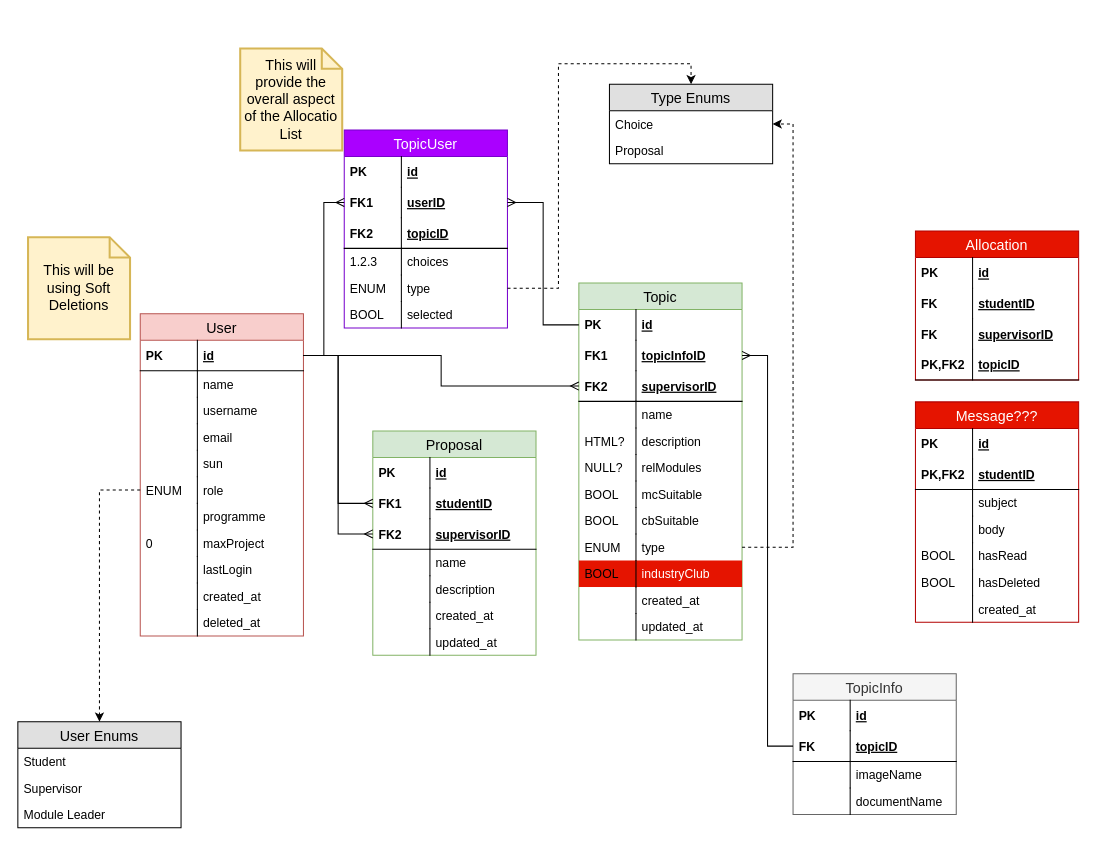
Above: DB Diagram.drawio in kkgm13/fypallocsys (draw.io), before the change. Source tidied: cells renumbered, new cells numbered last; positions are measured from the earlier drawing's top-left corner, leaving out a move shared by most shapes. Both pictures are drawn from the tidied source at 102%, with x=0, y=0 at pixel (17, 48).
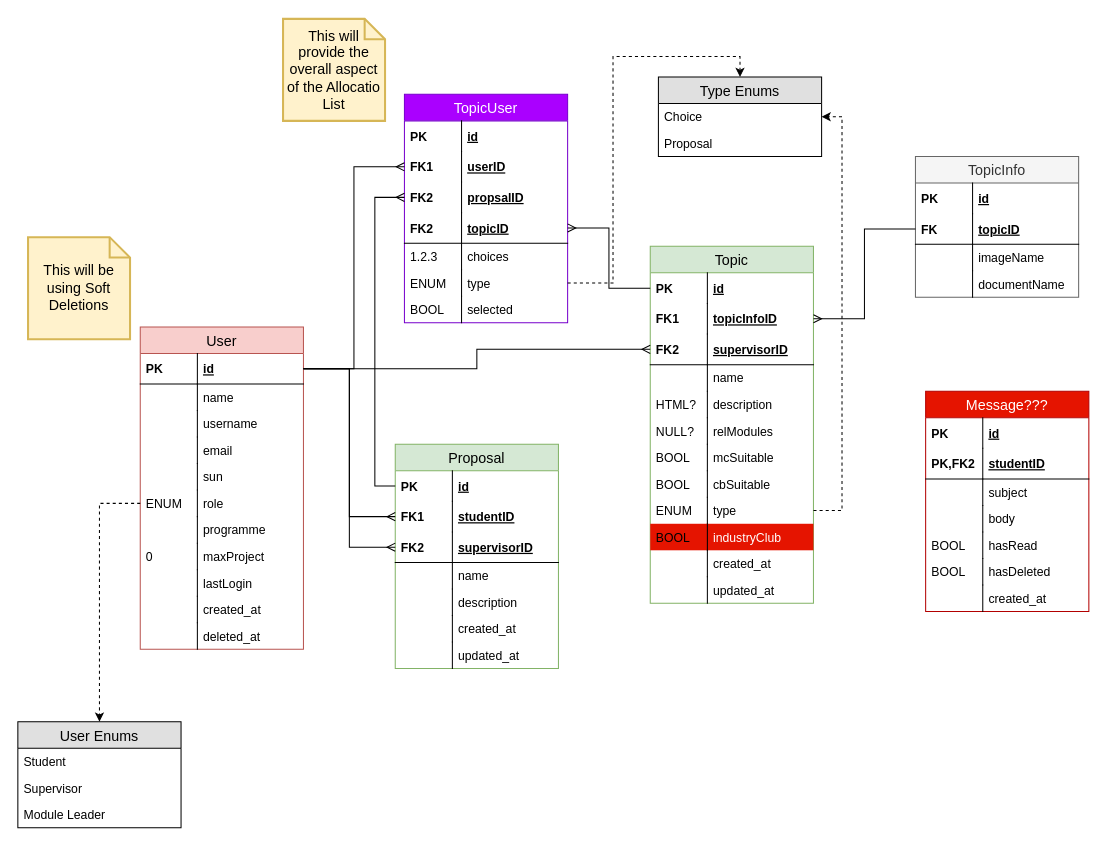
The same diagram, later.

The change refers to these unchanged cells:
```xml
<mxCell id="26" value="id" style="shape=partialRectangle;top=0;left=0;right=0;bottom=0;align=left;verticalAlign=middle;fillColor=none;spacingLeft=60;spacingRight=4;overflow=hidden;points=[[0,0.5],[1,0.5]];portConstraint=eastwest;fontStyle=5;fontSize=12;" parent="25" vertex="1">
  <mxGeometry y="26" width="160" height="30" as="geometry" />
</mxCell>
<mxCell id="54" value="userID" style="shape=partialRectangle;top=0;left=0;right=0;bottom=0;align=left;verticalAlign=middle;fillColor=none;spacingLeft=60;spacingRight=4;overflow=hidden;points=[[0,0.5],[1,0.5]];portConstraint=eastwest;fontStyle=5;fontSize=12;" parent="51" vertex="1">
  <mxGeometry y="56" width="160" height="30" as="geometry" />
</mxCell>
<mxCell id="67" value="id" style="shape=partialRectangle;top=0;left=0;right=0;bottom=0;align=left;verticalAlign=middle;fillColor=none;spacingLeft=60;spacingRight=4;overflow=hidden;points=[[0,0.5],[1,0.5]];portConstraint=eastwest;fontStyle=5;fontSize=12;" parent="66" vertex="1">
  <mxGeometry y="26" width="160" height="30" as="geometry" />
</mxCell>
```

Change to the diagram source:
```diff
@@
     <mxCell id="2" value="User" style="swimlane;fontStyle=0;horizontal=1;startSize=26;fillColor=#f8cecc;swimlaneFillColor=#ffffff;align=center;fontSize=14;strokeColor=#b85450;" parent="1" vertex="1">
-      <mxGeometry x="120" y="260" width="160" height="316" as="geometry" />
+      <mxGeometry x="120" y="273" width="160" height="316" as="geometry" />
     </mxCell>
@@
     <mxCell id="25" value="Topic" style="swimlane;fontStyle=0;horizontal=1;startSize=26;fillColor=#d5e8d4;swimlaneFillColor=#ffffff;align=center;fontSize=14;strokeColor=#82b366;" parent="1" vertex="1">
-      <mxGeometry x="550" y="230" width="160" height="350" as="geometry" />
+      <mxGeometry x="620" y="194" width="160" height="350" as="geometry" />
     </mxCell>
@@
     <mxCell id="51" value="TopicUser" style="swimlane;fontStyle=0;horizontal=1;startSize=26;fillColor=#aa00ff;swimlaneFillColor=#ffffff;align=center;fontSize=14;strokeColor=#7700CC;fontColor=#ffffff;" parent="1" vertex="1">
-      <mxGeometry x="320" y="80" width="160" height="194" as="geometry" />
+      <mxGeometry x="379" y="45" width="160" height="224" as="geometry" />
     </mxCell>
@@
+    <mxCell id="129" value="propsalID" style="shape=partialRectangle;top=0;left=0;right=0;bottom=0;align=left;verticalAlign=middle;fillColor=none;spacingLeft=60;spacingRight=4;overflow=hidden;points=[[0,0.5],[1,0.5]];portConstraint=eastwest;fontStyle=5;fontSize=12;" parent="51" vertex="1">
+      <mxGeometry y="86" width="160" height="30" as="geometry" />
+    </mxCell>
+    <mxCell id="130" value="FK2" style="shape=partialRectangle;fontStyle=1;top=0;left=0;bottom=0;fillColor=none;align=left;verticalAlign=middle;spacingLeft=4;spacingRight=4;overflow=hidden;fontSize=12;" parent="129" vertex="1">
+      <mxGeometry width="56" height="30" as="geometry" />
+    </mxCell>
     <mxCell id="56" value="topicID" style="shape=partialRectangle;top=0;left=0;right=0;bottom=1;align=left;verticalAlign=middle;fillColor=none;spacingLeft=60;spacingRight=4;overflow=hidden;points=[[0,0.5],[1,0.5]];portConstraint=eastwest;fontStyle=5;fontSize=12;" parent="51" vertex="1">
-      <mxGeometry y="86" width="160" height="30" as="geometry" />
+      <mxGeometry y="116" width="160" height="30" as="geometry" />
     </mxCell>
@@
     <mxCell id="58" value="choices" style="shape=partialRectangle;top=0;left=0;right=0;bottom=0;align=left;verticalAlign=top;fillColor=none;spacingLeft=60;spacingRight=4;overflow=hidden;fontSize=12;" parent="51" vertex="1">
-      <mxGeometry y="116" width="160" height="26" as="geometry" />
+      <mxGeometry y="146" width="160" height="26" as="geometry" />
     </mxCell>
@@
     <mxCell id="60" value="type" style="shape=partialRectangle;top=0;left=0;right=0;bottom=0;align=left;verticalAlign=top;fillColor=none;spacingLeft=60;spacingRight=4;overflow=hidden;points=[[0,0.5],[1,0.5]];portConstraint=eastwest;fontSize=12;" parent="51" vertex="1">
-      <mxGeometry y="142" width="160" height="26" as="geometry" />
+      <mxGeometry y="172" width="160" height="26" as="geometry" />
     </mxCell>
@@
     <mxCell id="62" value="selected" style="shape=partialRectangle;top=0;left=0;right=0;bottom=0;align=left;verticalAlign=top;fillColor=none;spacingLeft=60;spacingRight=4;overflow=hidden;fontSize=12;" parent="51" vertex="1">
-      <mxGeometry y="168" width="160" height="26" as="geometry" />
+      <mxGeometry y="198" width="160" height="26" as="geometry" />
     </mxCell>
@@
-    <mxCell id="65" style="edgeStyle=orthogonalEdgeStyle;rounded=0;jettySize=auto;html=1;exitX=0;exitY=0.5;exitDx=0;exitDy=0;entryX=1;entryY=0.5;entryDx=0;entryDy=0;endArrow=ERmany;endFill=0;" parent="1" edge="1" source="26" target="54">
+    <mxCell id="65" style="edgeStyle=orthogonalEdgeStyle;rounded=0;jettySize=auto;html=1;exitX=0;exitY=0.5;exitDx=0;exitDy=0;endArrow=ERmany;endFill=0;" parent="1" edge="1" source="26" target="56">
       <mxGeometry relative="1" as="geometry" />
     </mxCell>
     <mxCell id="66" value="Proposal" style="swimlane;fontStyle=0;horizontal=1;startSize=26;fillColor=#d5e8d4;swimlaneFillColor=#ffffff;align=center;fontSize=14;strokeColor=#82b366;" parent="1" vertex="1">
-      <mxGeometry x="348" y="375" width="160" height="220" as="geometry" />
+      <mxGeometry x="370" y="388" width="160" height="220" as="geometry" />
     </mxCell>
@@
-    <mxCell id="83" value="Allocation" style="swimlane;fontStyle=0;horizontal=1;startSize=26;fillColor=#e51400;swimlaneFillColor=#ffffff;align=center;fontSize=14;strokeColor=#B20000;fontColor=#ffffff;" parent="1" vertex="1">
-      <mxGeometry x="880" y="179" width="160" height="146" as="geometry" />
-    </mxCell>
-    <mxCell id="84" value="id" style="shape=partialRectangle;top=0;left=0;right=0;bottom=0;align=left;verticalAlign=middle;fillColor=none;spacingLeft=60;spacingRight=4;overflow=hidden;fontStyle=5;fontSize=12;" parent="83" vertex="1">
-      <mxGeometry y="26" width="160" height="30" as="geometry" />
-    </mxCell>
-    <mxCell id="85" value="PK" style="shape=partialRectangle;fontStyle=1;top=0;left=0;bottom=0;fillColor=none;align=left;verticalAlign=middle;spacingLeft=4;spacingRight=4;overflow=hidden;fontSize=12;" parent="84" vertex="1">
-      <mxGeometry width="56" height="30" as="geometry" />
-    </mxCell>
-    <mxCell id="86" value="studentID" style="shape=partialRectangle;top=0;left=0;right=0;bottom=0;align=left;verticalAlign=middle;fillColor=none;spacingLeft=60;spacingRight=4;overflow=hidden;fontStyle=5;fontSize=12;" parent="83" vertex="1">
-      <mxGeometry y="56" width="160" height="30" as="geometry" />
-    </mxCell>
-    <mxCell id="87" value="FK" style="shape=partialRectangle;fontStyle=1;top=0;left=0;bottom=0;fillColor=none;align=left;verticalAlign=middle;spacingLeft=4;spacingRight=4;overflow=hidden;fontSize=12;" parent="86" vertex="1">
-      <mxGeometry width="56" height="30" as="geometry" />
-    </mxCell>
-    <mxCell id="88" value="supervisorID" style="shape=partialRectangle;top=0;left=0;right=0;bottom=0;align=left;verticalAlign=middle;fillColor=none;spacingLeft=60;spacingRight=4;overflow=hidden;fontStyle=5;fontSize=12;" parent="83" vertex="1">
-      <mxGeometry y="86" width="160" height="30" as="geometry" />
-    </mxCell>
-    <mxCell id="89" value="FK" style="shape=partialRectangle;fontStyle=1;top=0;left=0;bottom=0;fillColor=none;align=left;verticalAlign=middle;spacingLeft=4;spacingRight=4;overflow=hidden;fontSize=12;" parent="88" vertex="1">
-      <mxGeometry width="56" height="30" as="geometry" />
-    </mxCell>
-    <mxCell id="90" value="topicID" style="shape=partialRectangle;top=0;left=0;right=0;bottom=1;align=left;verticalAlign=middle;fillColor=none;spacingLeft=60;spacingRight=4;overflow=hidden;fontStyle=5;fontSize=12;" parent="83" vertex="1">
-      <mxGeometry y="116" width="160" height="30" as="geometry" />
-    </mxCell>
-    <mxCell id="91" value="PK,FK2" style="shape=partialRectangle;fontStyle=1;top=0;left=0;bottom=0;fillColor=none;align=left;verticalAlign=middle;spacingLeft=4;spacingRight=4;overflow=hidden;fontSize=12;" parent="90" vertex="1">
-      <mxGeometry width="56" height="30" as="geometry" />
-    </mxCell>
     <mxCell id="92" value="Message???" style="swimlane;fontStyle=0;horizontal=1;startSize=26;fillColor=#e51400;swimlaneFillColor=#ffffff;align=center;fontSize=14;strokeColor=#B20000;fontColor=#ffffff;" parent="1" vertex="1">
-      <mxGeometry x="880" y="346.5" width="160" height="216" as="geometry" />
+      <mxGeometry x="890" y="336" width="160" height="216" as="geometry" />
     </mxCell>
@@
     <mxCell id="112" value="Type Enums" style="swimlane;fontStyle=0;horizontal=1;startSize=26;fillColor=#e0e0e0;swimlaneFillColor=#ffffff;align=center;fontSize=14;" parent="1" vertex="1">
-      <mxGeometry x="580" y="35" width="160" height="78" as="geometry" />
+      <mxGeometry x="628" y="28" width="160" height="78" as="geometry" />
     </mxCell>
@@
     <mxCell id="118" value="TopicInfo" style="swimlane;fontStyle=0;horizontal=1;startSize=26;fillColor=#f5f5f5;swimlaneFillColor=#ffffff;align=center;fontSize=14;strokeColor=#666666;fontColor=#333333;" parent="1" vertex="1">
-      <mxGeometry x="760" y="613" width="160" height="138" as="geometry" />
+      <mxGeometry x="880" y="106" width="160" height="138" as="geometry" />
     </mxCell>
@@
     <mxCell id="128" value="This will provide the overall aspect of the Allocatio List" style="shape=note;strokeWidth=2;fontSize=14;size=20;whiteSpace=wrap;html=1;fillColor=#fff2cc;strokeColor=#d6b656;" parent="1" vertex="1">
-      <mxGeometry x="218" width="100" height="100" as="geometry" />
+      <mxGeometry x="260" y="-29" width="100" height="100" as="geometry" />
     </mxCell>
+    <mxCell id="131" style="edgeStyle=orthogonalEdgeStyle;rounded=0;jettySize=auto;html=1;exitX=0;exitY=0.5;exitDx=0;exitDy=0;entryX=0;entryY=0.5;entryDx=0;entryDy=0;endArrow=ERmany;endFill=0;" parent="1" edge="1" source="67" target="129">
+      <mxGeometry relative="1" as="geometry" />
+    </mxCell>
```
